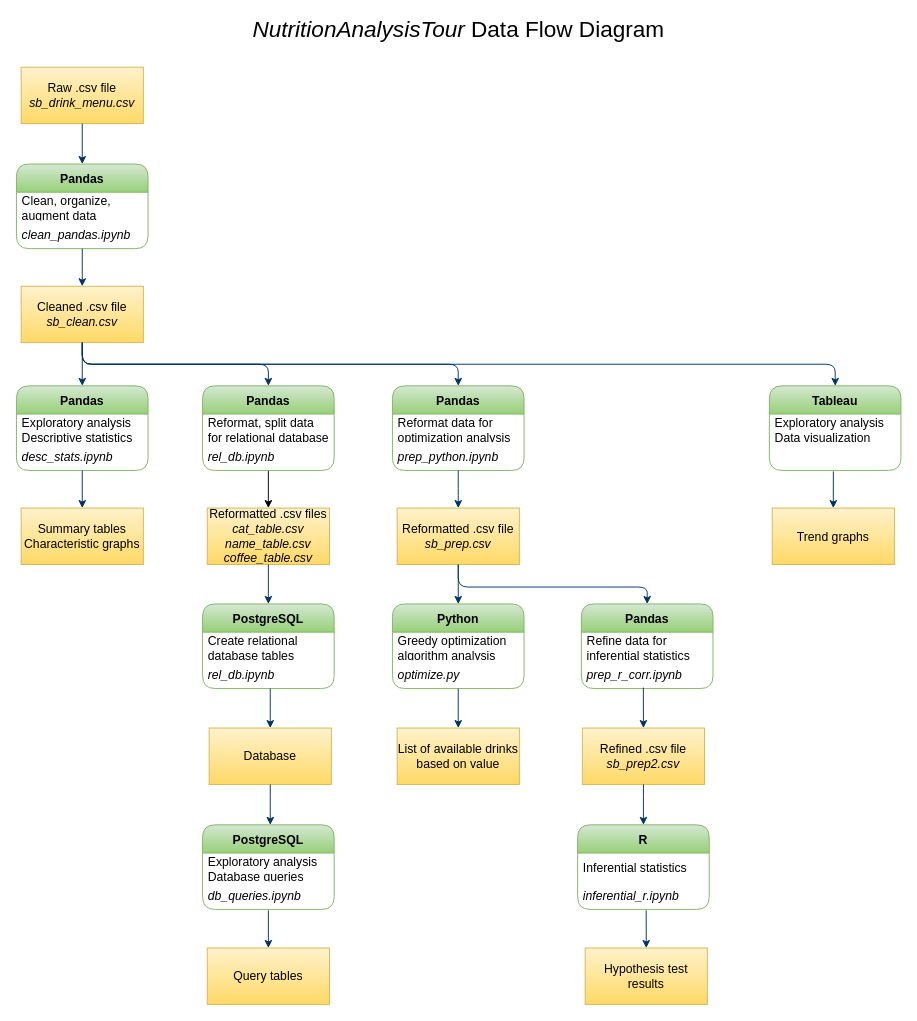
Earlier version of the draw.io diagram NutritionAnalysisTour/data_flow.drawio (Ugi77/projects). Source tidied: cells renumbered, new cells numbered last; positions are measured from the earlier drawing's top-left corner, leaving out a move shared by most shapes. Both pictures are drawn from the tidied source at 94%, with x=0, y=0 at pixel (16, 20).
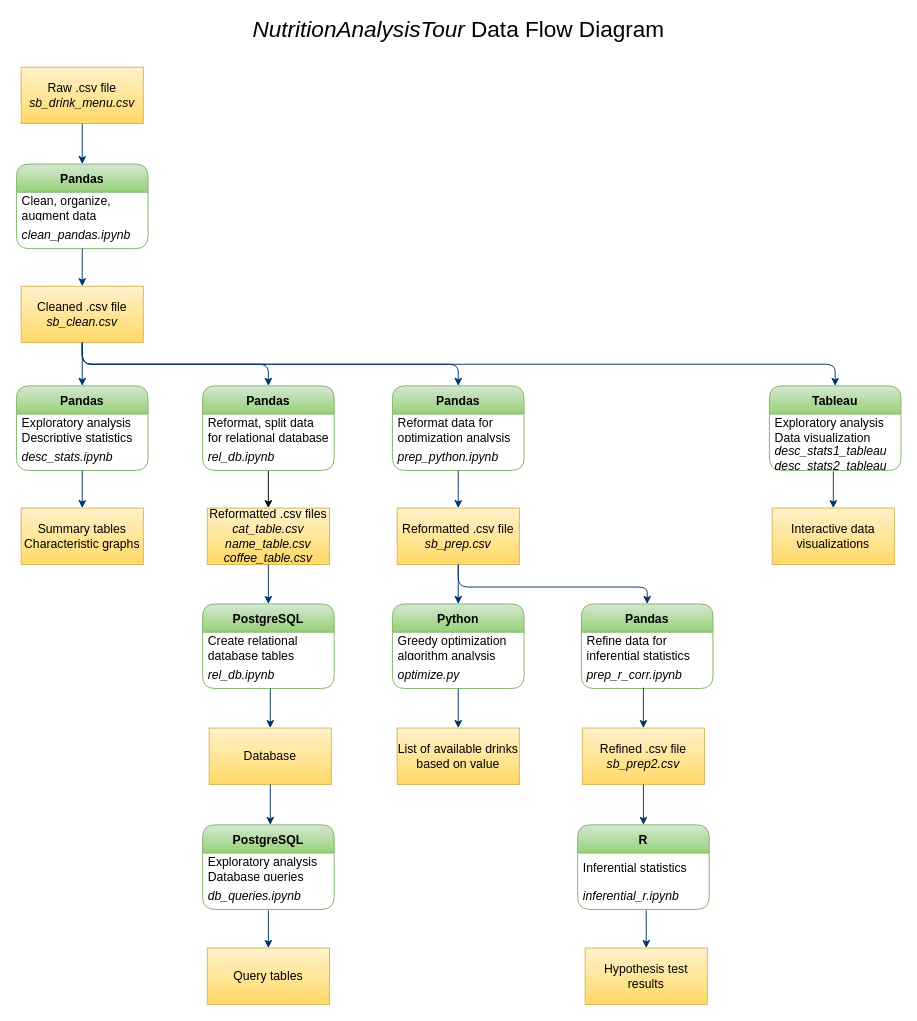
After the change.

Commit message:
update tableau info in data_flow.drawio file

Unchanged cells that the change refers to:
```xml
<mxCell id="53" value="Tableau" style="swimlane;fontStyle=1;horizontal=1;startSize=30;rounded=1;swimlaneLine=1;glass=0;sketch=0;fillColor=#d5e8d4;gradientColor=#97d077;strokeColor=#82b366;fontSize=13;" parent="1" vertex="1">
  <mxGeometry x="801" y="389" width="140" height="90" as="geometry" />
</mxCell>
```

The edit, as a diff of the source:
```diff
@@
-    <mxCell id="51" value="Trend graphs" style="rounded=0;whiteSpace=wrap;html=1;fontFamily=Helvetica;fontSize=13;align=center;strokeColor=#d6b656;fillColor=#fff2cc;gradientColor=#ffd966;" parent="1" vertex="1">
+    <mxCell id="51" value="Interactive data visualizations" style="rounded=0;whiteSpace=wrap;html=1;fontFamily=Helvetica;fontSize=13;align=center;strokeColor=#d6b656;fillColor=#fff2cc;gradientColor=#ffd966;" parent="1" vertex="1">
       <mxGeometry x="804" y="519" width="130" height="60" as="geometry" />
     </mxCell>
@@
-    <mxCell id="55" value=" " style="text;strokeColor=none;fillColor=none;align=left;verticalAlign=middle;spacingLeft=4;spacingRight=4;overflow=hidden;points=[[0,0.5],[1,0.5]];portConstraint=eastwest;fontStyle=2;fontSize=13;" parent="53" vertex="1">
+    <mxCell id="55" value="desc_stats1_tableau&#10;desc_stats2_tableau" style="text;strokeColor=none;fillColor=none;align=left;verticalAlign=middle;spacingLeft=4;spacingRight=4;overflow=hidden;points=[[0,0.5],[1,0.5]];portConstraint=eastwest;fontStyle=2;fontSize=13;" parent="53" vertex="1">
       <mxGeometry y="60" width="140" height="30" as="geometry" />
     </mxCell>
```
